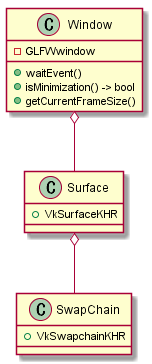
The PlantUML diagram doc/diagrams/out/Wasabi/window/window.png in takowasaby/vulkan_game, before a commit.
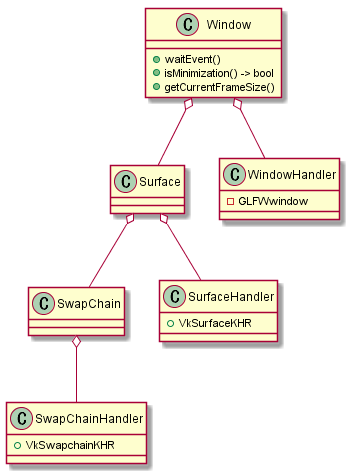
After the commit.

What changed in the source:
```diff
@@ -1,21 +1,34 @@
 @startuml window
 
 class Window {
-    - GLFWwindow
     + waitEvent()
     + isMinimization() -> bool
     + getCurrentFrameSize()
 }
 
 class Surface {
+}
+
+class SwapChain {
+}
+
+class WindowHandler {
+    - GLFWwindow
+}
+
+class SurfaceHandler {
     + VkSurfaceKHR
 }
 
-class SwapChain {
+class SwapChainHandler {
     + VkSwapchainKHR
 }
 
 Window o-- Surface
 Surface o-- SwapChain
 
+Window o-- WindowHandler
+Surface o-- SurfaceHandler
+SwapChain o-- SwapChainHandler
+
 @enduml
```
